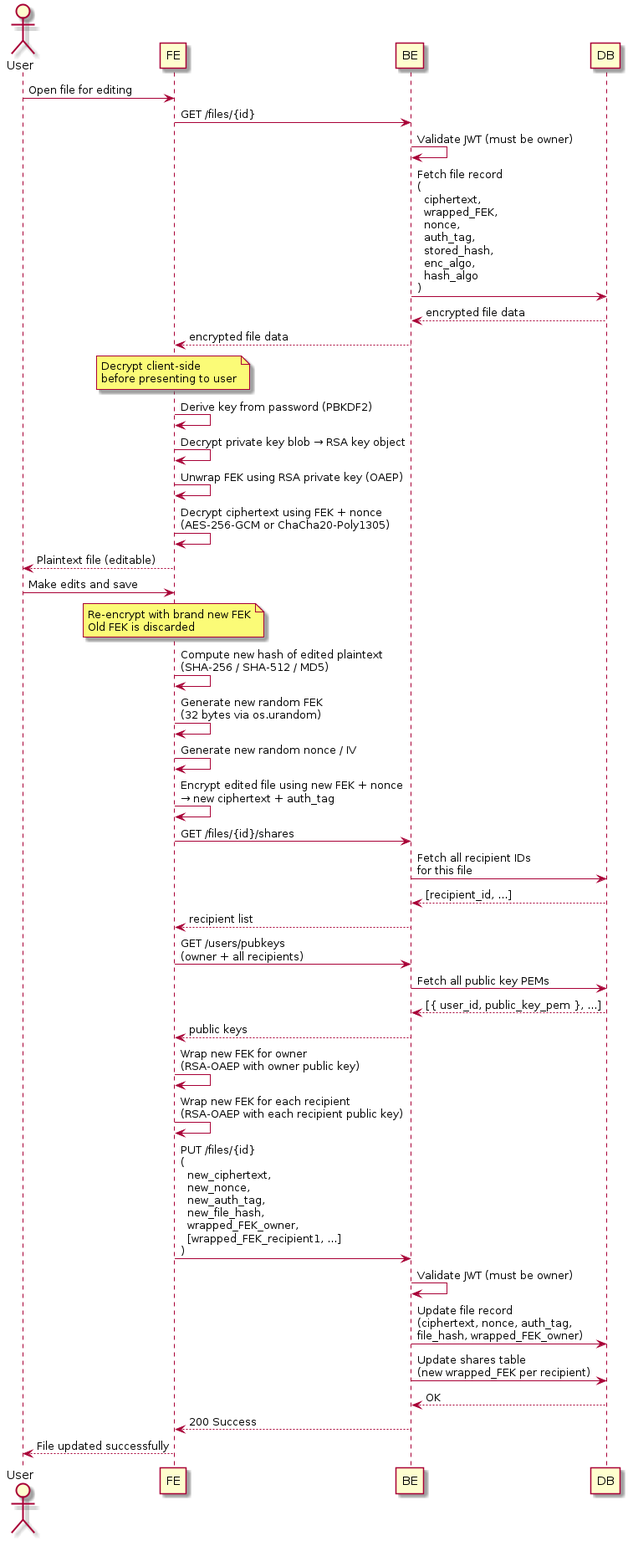
This is docs/img/us-6-file-edit.png from codedsami/SOEN-321-Project, a PlantUML export, as it was before one commit. Its source is kept beside it as docs/plantuml/us-6-file-edit.puml. Source of this version:
```plantuml
@startuml
actor User
participant FE
participant BE
participant DB

User -> FE : Open file for editing

FE -> BE : GET /files/{id}
BE -> BE : Validate JWT (must be owner)
BE -> DB : Fetch file record\n(\n  ciphertext,\n  wrapped_FEK,\n  nonce,\n  auth_tag,\n  stored_hash,\n  enc_algo,\n  hash_algo\n)
DB --> BE : encrypted file data
BE --> FE : encrypted file data

note over FE : Decrypt client-side\nbefore presenting to user

FE -> FE : Derive key from password (PBKDF2)
FE -> FE : Decrypt private key blob → RSA key object
FE -> FE : Unwrap FEK using RSA private key (OAEP)
FE -> FE : Decrypt ciphertext using FEK + nonce\n(AES-256-GCM or ChaCha20-Poly1305)
FE --> User : Plaintext file (editable)

User -> FE : Make edits and save

note over FE : Re-encrypt with brand new FEK\nOld FEK is discarded

FE -> FE : Compute new hash of edited plaintext\n(SHA-256 / SHA-512 / MD5)
FE -> FE : Generate new random FEK\n(32 bytes via os.urandom)
FE -> FE : Generate new random nonce / IV
FE -> FE : Encrypt edited file using new FEK + nonce\n→ new ciphertext + auth_tag

FE -> BE : GET /files/{id}/shares
BE -> DB : Fetch all recipient IDs\nfor this file
DB --> BE : [recipient_id, ...]
BE --> FE : recipient list

FE -> BE : GET /users/pubkeys\n(owner + all recipients)
BE -> DB : Fetch all public key PEMs
DB --> BE : [{ user_id, public_key_pem }, ...]
BE --> FE : public keys

FE -> FE : Wrap new FEK for owner\n(RSA-OAEP with owner public key)
FE -> FE : Wrap new FEK for each recipient\n(RSA-OAEP with each recipient public key)

FE -> BE : PUT /files/{id}\n(\n  new_ciphertext,\n  new_nonce,\n  new_auth_tag,\n  new_file_hash,\n  wrapped_FEK_owner,\n  [wrapped_FEK_recipient1, ...]\n)

BE -> BE : Validate JWT (must be owner)
BE -> DB : Update file record\n(ciphertext, nonce, auth_tag,\nfile_hash, wrapped_FEK_owner)
BE -> DB : Update shares table\n(new wrapped_FEK per recipient)
DB --> BE : OK

BE --> FE : 200 Success
FE --> User : File updated successfully
@enduml
```
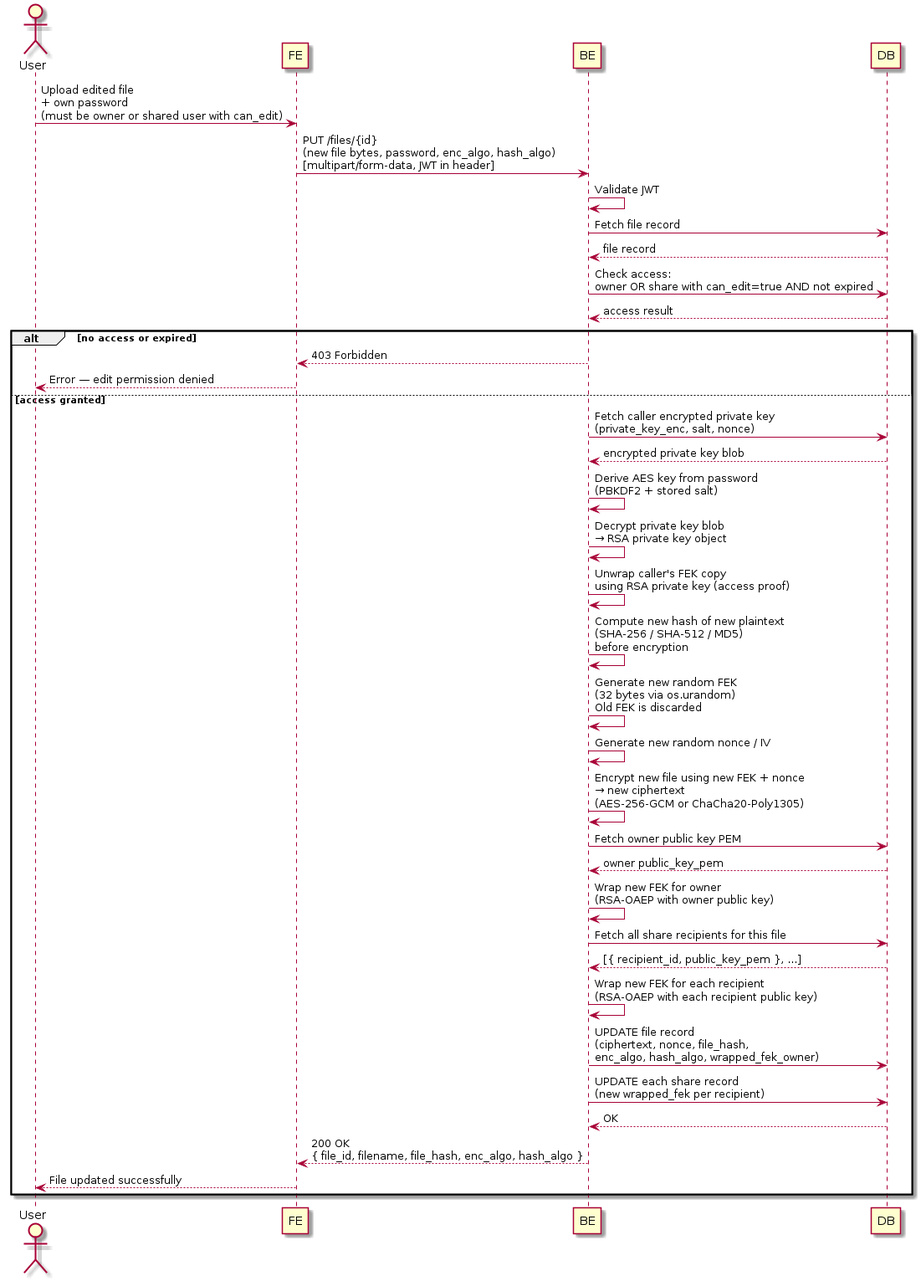
Above is the later version.

Change to the diagram source:
```diff
@@ -4,51 +4,54 @@
 participant BE
 participant DB
 
-User -> FE : Open file for editing
+User -> FE : Upload edited file\n+ own password\n(must be owner or shared user with can_edit)
 
-FE -> BE : GET /files/{id}
-BE -> BE : Validate JWT (must be owner)
-BE -> DB : Fetch file record\n(\n  ciphertext,\n  wrapped_FEK,\n  nonce,\n  auth_tag,\n  stored_hash,\n  enc_algo,\n  hash_algo\n)
-DB --> BE : encrypted file data
-BE --> FE : encrypted file data
+FE -> BE : PUT /files/{id}\n(new file bytes, password, enc_algo, hash_algo)\n[multipart/form-data, JWT in header]
 
-note over FE : Decrypt client-side\nbefore presenting to user
+BE -> BE : Validate JWT
 
-FE -> FE : Derive key from password (PBKDF2)
-FE -> FE : Decrypt private key blob → RSA key object
-FE -> FE : Unwrap FEK using RSA private key (OAEP)
-FE -> FE : Decrypt ciphertext using FEK + nonce\n(AES-256-GCM or ChaCha20-Poly1305)
-FE --> User : Plaintext file (editable)
+BE -> DB : Fetch file record
+DB --> BE : file record
 
-User -> FE : Make edits and save
+BE -> DB : Check access:\nowner OR share with can_edit=true AND not expired
+DB --> BE : access result
 
-note over FE : Re-encrypt with brand new FEK\nOld FEK is discarded
+alt no access or expired
+    BE --> FE : 403 Forbidden
+    FE --> User : Error — edit permission denied
+else access granted
 
-FE -> FE : Compute new hash of edited plaintext\n(SHA-256 / SHA-512 / MD5)
-FE -> FE : Generate new random FEK\n(32 bytes via os.urandom)
-FE -> FE : Generate new random nonce / IV
-FE -> FE : Encrypt edited file using new FEK + nonce\n→ new ciphertext + auth_tag
+    BE -> DB : Fetch caller encrypted private key\n(private_key_enc, salt, nonce)
+    DB --> BE : encrypted private key blob
 
-FE -> BE : GET /files/{id}/shares
-BE -> DB : Fetch all recipient IDs\nfor this file
-DB --> BE : [recipient_id, ...]
-BE --> FE : recipient list
+    BE -> BE : Derive AES key from password\n(PBKDF2 + stored salt)
+    BE -> BE : Decrypt private key blob\n→ RSA private key object
 
-FE -> BE : GET /users/pubkeys\n(owner + all recipients)
-BE -> DB : Fetch all public key PEMs
-DB --> BE : [{ user_id, public_key_pem }, ...]
-BE --> FE : public keys
+    BE -> BE : Unwrap caller's FEK copy\nusing RSA private key (access proof)
 
-FE -> FE : Wrap new FEK for owner\n(RSA-OAEP with owner public key)
-FE -> FE : Wrap new FEK for each recipient\n(RSA-OAEP with each recipient public key)
+    BE -> BE : Compute new hash of new plaintext\n(SHA-256 / SHA-512 / MD5)\nbefore encryption
 
-FE -> BE : PUT /files/{id}\n(\n  new_ciphertext,\n  new_nonce,\n  new_auth_tag,\n  new_file_hash,\n  wrapped_FEK_owner,\n  [wrapped_FEK_recipient1, ...]\n)
+    BE -> BE : Generate new random FEK\n(32 bytes via os.urandom)\nOld FEK is discarded
 
-BE -> BE : Validate JWT (must be owner)
-BE -> DB : Update file record\n(ciphertext, nonce, auth_tag,\nfile_hash, wrapped_FEK_owner)
-BE -> DB : Update shares table\n(new wrapped_FEK per recipient)
-DB --> BE : OK
+    BE -> BE : Generate new random nonce / IV
+    BE -> BE : Encrypt new file using new FEK + nonce\n→ new ciphertext\n(AES-256-GCM or ChaCha20-Poly1305)
 
-BE --> FE : 200 Success
-FE --> User : File updated successfully
+    BE -> DB : Fetch owner public key PEM
+    DB --> BE : owner public_key_pem
+
+    BE -> BE : Wrap new FEK for owner\n(RSA-OAEP with owner public key)
+
+    BE -> DB : Fetch all share recipients for this file
+    DB --> BE : [{ recipient_id, public_key_pem }, ...]
+
+    BE -> BE : Wrap new FEK for each recipient\n(RSA-OAEP with each recipient public key)
+
+    BE -> DB : UPDATE file record\n(ciphertext, nonce, file_hash,\nenc_algo, hash_algo, wrapped_fek_owner)
+    BE -> DB : UPDATE each share record\n(new wrapped_fek per recipient)
+    DB --> BE : OK
+
+    BE --> FE : 200 OK\n{ file_id, filename, file_hash, enc_algo, hash_algo }
+    FE --> User : File updated successfully
+
+end
 @enduml
```
